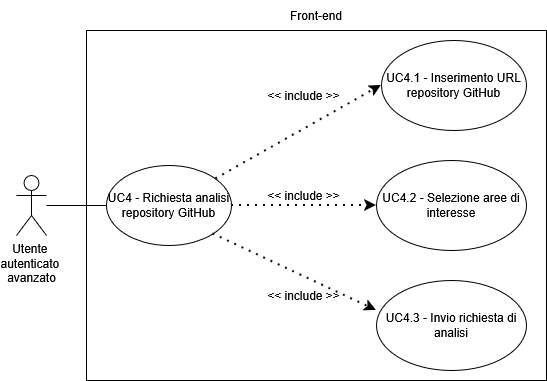
Earlier version of the draw.io export assets/diagrams/UC4.png (SkarabGroup/DocumentazioneProgetto). Source tidied: cells renumbered, new cells last; positions are measured from the earlier drawing's top-left corner, leaving out a move shared by most shapes.
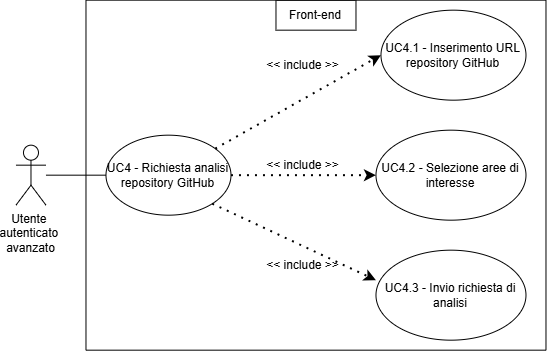
The same diagram one commit later.

What changed in the source:
```diff
@@ -5,44 +5,44 @@
     <mxCell id="2" value="&lt;div&gt;Utente&amp;nbsp;&lt;/div&gt;&lt;div&gt;autenticato&amp;nbsp;&lt;/div&gt;&lt;div&gt;avanzato&lt;/div&gt;" style="shape=umlActor;verticalLabelPosition=bottom;verticalAlign=top;html=1;outlineConnect=0;" parent="1" vertex="1">
       <mxGeometry y="175" width="30" height="60" as="geometry" />
     </mxCell>
-    <mxCell id="3" style="swimlane;startSize=0;" parent="1" vertex="1">
-      <mxGeometry x="70" y="30" width="460" height="350" as="geometry" />
-    </mxCell>
+    <mxCell id="16" style="swimlane;startSize=0;" parent="1" vertex="1">
+      <mxGeometry x="70" y="30" width="460" height="350" as="geometry" />
+    </mxCell>
-    <mxCell id="4" value="UC4 - Richiesta analisi repository GitHub" style="ellipse;whiteSpace=wrap;html=1;" parent="3" vertex="1">
+    <mxCell id="4" value="UC4 - Richiesta analisi repository GitHub" style="ellipse;whiteSpace=wrap;html=1;" parent="16" vertex="1">
       <mxGeometry x="20" y="135" width="125" height="80" as="geometry" />
     </mxCell>
-    <mxCell id="5" value="UC4.1 - Inserimento URL repository GitHub" style="ellipse;whiteSpace=wrap;html=1;" parent="3" vertex="1">
+    <mxCell id="5" value="UC4.1 - Inserimento URL repository GitHub" style="ellipse;whiteSpace=wrap;html=1;" parent="16" vertex="1">
       <mxGeometry x="295" y="10" width="145" height="90" as="geometry" />
     </mxCell>
-    <mxCell id="6" style="endArrow=classic;dashed=1;html=1;dashPattern=1 3;strokeWidth=2;rounded=0;entryX=0;entryY=0.5;entryDx=0;entryDy=0;strokeColor=default;curved=0;endFill=1;endSize=6;" parent="3" edge="1" source="4" target="5">
+    <mxCell id="6" style="endArrow=classic;dashed=1;html=1;dashPattern=1 3;strokeWidth=2;rounded=0;entryX=0;entryY=0.5;entryDx=0;entryDy=0;strokeColor=default;curved=0;endFill=1;endSize=6;" parent="16" edge="1" source="4" target="5">
       <mxGeometry relative="1" as="geometry" />
     </mxCell>
-    <mxCell id="7" value="&amp;lt;&amp;lt; include &amp;gt;&amp;gt;" style="text;html=1;whiteSpace=wrap;strokeColor=none;fillColor=none;align=center;verticalAlign=middle;rounded=0;" parent="3" vertex="1">
+    <mxCell id="7" value="&amp;lt;&amp;lt; include &amp;gt;&amp;gt;" style="text;html=1;whiteSpace=wrap;strokeColor=none;fillColor=none;align=center;verticalAlign=middle;rounded=0;" parent="16" vertex="1">
       <mxGeometry x="170" y="150" width="95" height="30" as="geometry" />
     </mxCell>
-    <mxCell id="8" value="UC4.2 - Selezione aree di interesse" style="ellipse;whiteSpace=wrap;html=1;" parent="3" vertex="1">
+    <mxCell id="8" value="UC4.2 - Selezione aree di interesse" style="ellipse;whiteSpace=wrap;html=1;" parent="16" vertex="1">
       <mxGeometry x="290" y="130" width="150" height="90" as="geometry" />
     </mxCell>
-    <mxCell id="9" style="endArrow=classic;dashed=1;html=1;dashPattern=1 3;strokeWidth=2;rounded=0;entryX=0;entryY=0.5;entryDx=0;entryDy=0;exitX=1;exitY=0.5;exitDx=0;exitDy=0;strokeColor=default;curved=0;endFill=1;endSize=6;" parent="3" edge="1" source="4" target="8">
+    <mxCell id="9" style="endArrow=classic;dashed=1;html=1;dashPattern=1 3;strokeWidth=2;rounded=0;entryX=0;entryY=0.5;entryDx=0;entryDy=0;exitX=1;exitY=0.5;exitDx=0;exitDy=0;strokeColor=default;curved=0;endFill=1;endSize=6;" parent="16" edge="1" source="4" target="8">
       <mxGeometry relative="1" as="geometry" />
     </mxCell>
-    <mxCell id="10" value="&amp;lt;&amp;lt; include &amp;gt;&amp;gt;" style="text;html=1;whiteSpace=wrap;strokeColor=none;fillColor=none;align=center;verticalAlign=middle;rounded=0;" parent="3" vertex="1">
+    <mxCell id="10" value="&amp;lt;&amp;lt; include &amp;gt;&amp;gt;" style="text;html=1;whiteSpace=wrap;strokeColor=none;fillColor=none;align=center;verticalAlign=middle;rounded=0;" parent="16" vertex="1">
       <mxGeometry x="170" y="250" width="95" height="30" as="geometry" />
     </mxCell>
-    <mxCell id="11" value="UC4.3 - Invio richiesta di analisi" style="ellipse;whiteSpace=wrap;html=1;" parent="3" vertex="1">
+    <mxCell id="11" value="UC4.3 - Invio richiesta di analisi" style="ellipse;whiteSpace=wrap;html=1;" parent="16" vertex="1">
       <mxGeometry x="290" y="250" width="150" height="90" as="geometry" />
     </mxCell>
-    <mxCell id="12" style="endArrow=classic;dashed=1;html=1;dashPattern=1 3;strokeWidth=2;rounded=0;entryX=0;entryY=0.333;entryDx=0;entryDy=0;exitX=1;exitY=1;exitDx=0;exitDy=0;strokeColor=default;curved=0;endFill=1;endSize=6;entryPerimeter=0;" parent="3" edge="1" source="4" target="11">
+    <mxCell id="12" style="endArrow=classic;dashed=1;html=1;dashPattern=1 3;strokeWidth=2;rounded=0;entryX=0;entryY=0.333;entryDx=0;entryDy=0;exitX=1;exitY=1;exitDx=0;exitDy=0;strokeColor=default;curved=0;endFill=1;endSize=6;entryPerimeter=0;" parent="16" edge="1" source="4" target="11">
       <mxGeometry relative="1" as="geometry" />
     </mxCell>
-    <mxCell id="13" value="&amp;lt;&amp;lt; include &amp;gt;&amp;gt;" style="text;html=1;whiteSpace=wrap;strokeColor=none;fillColor=none;align=center;verticalAlign=middle;rounded=0;" parent="3" vertex="1">
+    <mxCell id="13" value="&amp;lt;&amp;lt; include &amp;gt;&amp;gt;" style="text;html=1;whiteSpace=wrap;strokeColor=none;fillColor=none;align=center;verticalAlign=middle;rounded=0;" parent="16" vertex="1">
       <mxGeometry x="170" y="50" width="95" height="30" as="geometry" />
     </mxCell>
+    <mxCell id="15" value="Front-end" style="text;html=1;whiteSpace=wrap;strokeColor=default;fillColor=none;align=center;verticalAlign=middle;rounded=0;perimeterSpacing=1;" parent="16" vertex="1">
+      <mxGeometry x="190" width="80" height="30" as="geometry" />
+    </mxCell>
     <mxCell id="14" style="endArrow=none;html=1;rounded=0;entryX=0;entryY=0.5;entryDx=0;entryDy=0;" parent="1" edge="1" source="2" target="4">
       <mxGeometry relative="1" as="geometry" />
     </mxCell>
-    <mxCell id="15" value="Front-end" style="text;html=1;whiteSpace=wrap;strokeColor=none;fillColor=none;align=center;verticalAlign=middle;rounded=0;" parent="1" vertex="1">
-      <mxGeometry x="260" width="80" height="30" as="geometry" />
-    </mxCell>
   </root>
 </mxGraphModel>
```
